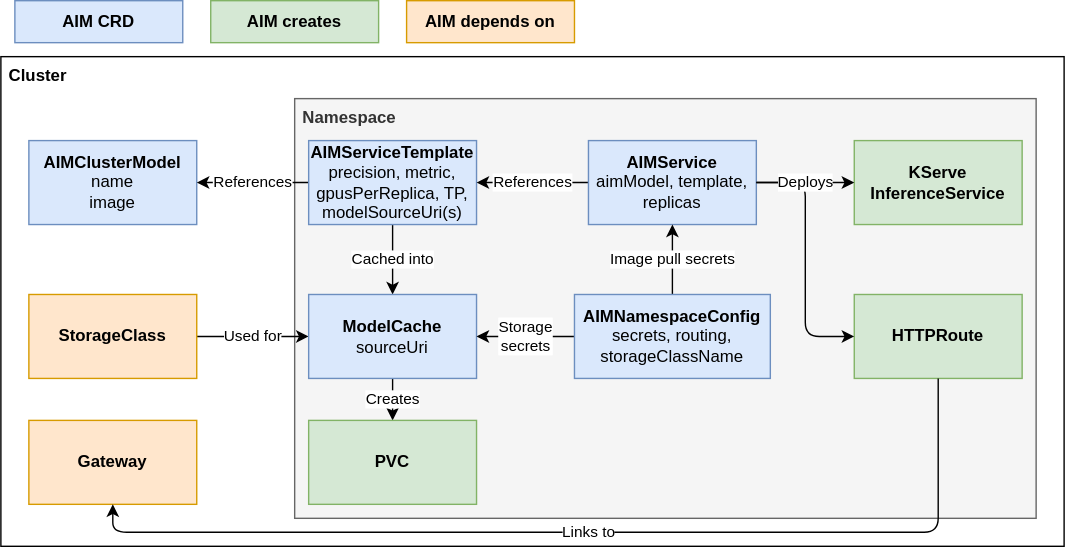
Before: docs/docs/reference/aim.drawio.svg, a diagram exported from draw.io (silogen/kaiwo). Source tidied: cells renumbered, new cells last; positions are measured from the earlier drawing's top-left corner, leaving out a move shared by most shapes.
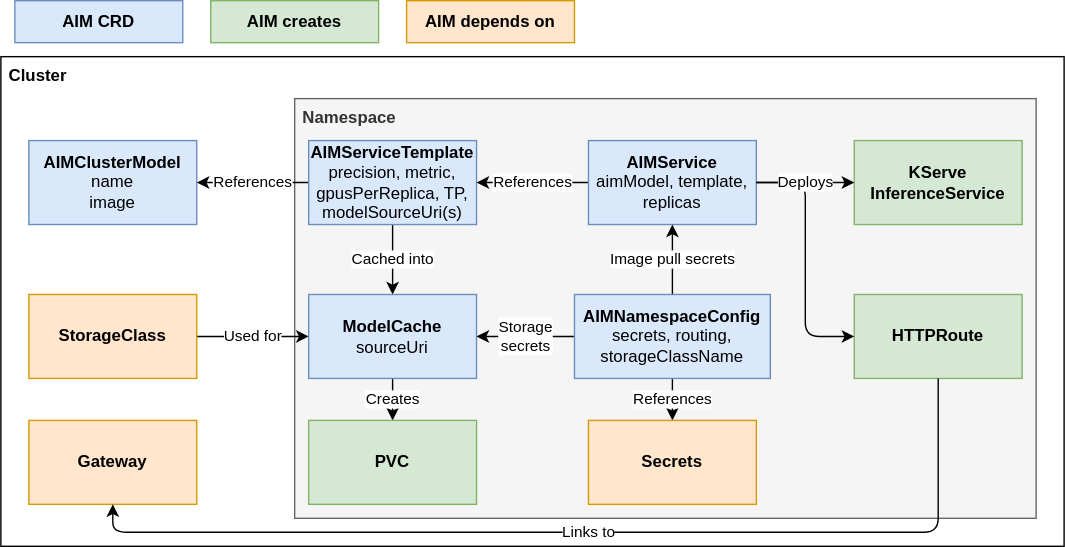
The same diagram one commit later.

Commit message:
add secrets to diagram

What changed in the source:
```diff
@@ -44,6 +44,9 @@
     <mxCell id="15" value="Storage&lt;div&gt;secrets&lt;/div&gt;" style="edgeStyle=none;html=1;exitX=0;exitY=0.5;exitDx=0;exitDy=0;entryX=1;entryY=0.5;entryDx=0;entryDy=0;" parent="1" edge="1" source="16" target="11">
       <mxGeometry relative="1" as="geometry" />
     </mxCell>
+    <mxCell id="27" value="References" style="edgeStyle=none;html=1;exitX=0.5;exitY=1;exitDx=0;exitDy=0;" parent="1" edge="1" source="16" target="28">
+      <mxGeometry relative="1" as="geometry" />
+    </mxCell>
     <mxCell id="16" value="&lt;b&gt;AIMNamespaceConfig&lt;/b&gt;&lt;div&gt;secrets, routing, storageClassName&lt;/div&gt;" style="rounded=0;whiteSpace=wrap;html=1;fillColor=#dae8fc;strokeColor=#6c8ebf;" parent="1" vertex="1">
       <mxGeometry x="410" y="210" width="140" height="60" as="geometry" />
     </mxCell>
@@ -82,5 +85,8 @@
     <mxCell id="26" value="&lt;b&gt;PVC&lt;/b&gt;" style="rounded=0;whiteSpace=wrap;html=1;fillColor=#d5e8d4;strokeColor=#82b366;" parent="1" vertex="1">
       <mxGeometry x="220" y="300" width="120" height="60" as="geometry" />
     </mxCell>
+    <mxCell id="28" value="&lt;b&gt;Secrets&lt;/b&gt;" style="rounded=0;whiteSpace=wrap;html=1;fillColor=#ffe6cc;strokeColor=#d79b00;" parent="1" vertex="1">
+      <mxGeometry x="420" y="300" width="120" height="60" as="geometry" />
+    </mxCell>
   </root>
 </mxGraphModel>
```
